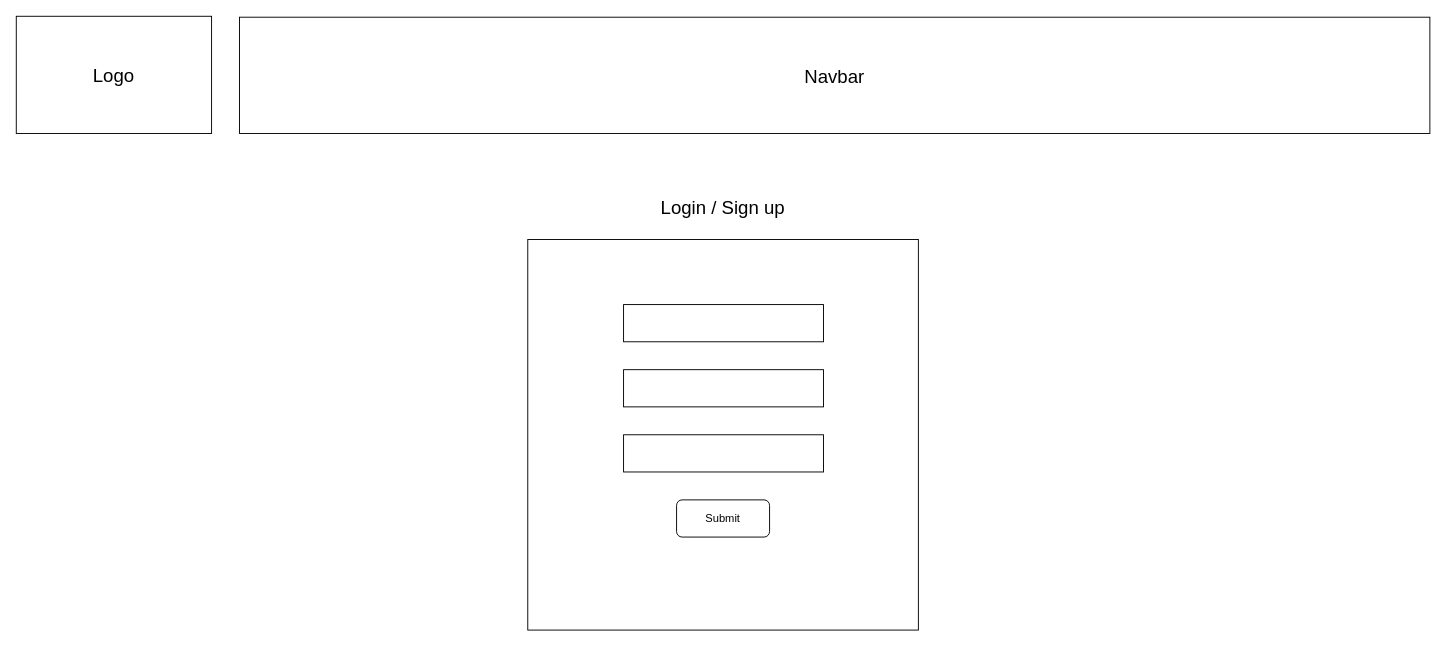
This is page "Login(Desktop)" (3 of 19) of wireframe/Group_5_Wireframe.drawio from timven2004/letsHike, a draw.io file, before an edit. Source tidied: cells renumbered, new cells numbered last; positions are measured from the earlier drawing's top-left corner, leaving out a move shared by most shapes. Both pictures are drawn from the tidied source at 93%, with x=0, y=0 at pixel (16, 16).
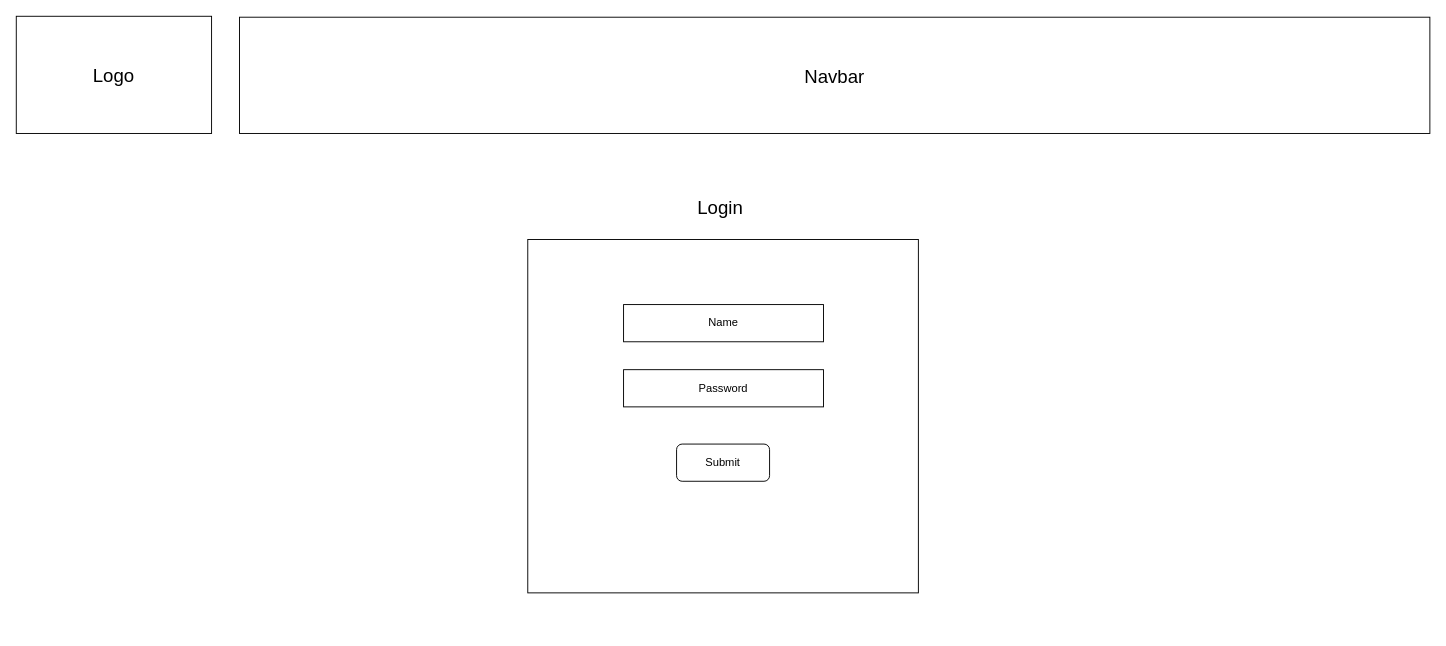
After the change.

Diff of the diagram source:
```diff
@@
 <mxGraphModel>
   <root>
     <mxCell id="0" />
     <mxCell id="1" parent="0" />
     <mxCell id="2" value="&lt;font style=&quot;font-size: 20px&quot;&gt;Logo&lt;/font&gt;" style="rounded=0;whiteSpace=wrap;html=1;" parent="1" vertex="1">
       <mxGeometry width="210" height="126" as="geometry" />
     </mxCell>
     <mxCell id="3" value="&lt;font style=&quot;font-size: 20px&quot;&gt;Navbar&lt;/font&gt;" style="rounded=0;whiteSpace=wrap;html=1;" parent="1" vertex="1">
       <mxGeometry x="240" y="1" width="1280" height="125" as="geometry" />
     </mxCell>
     <mxCell id="4" style="rounded=0;whiteSpace=wrap;html=1;" parent="1" vertex="1">
-      <mxGeometry x="550" y="240" width="420" height="420" as="geometry" />
+      <mxGeometry x="550" y="240" width="420" height="380" as="geometry" />
     </mxCell>
-    <mxCell id="5" style="rounded=0;whiteSpace=wrap;html=1;" parent="1" vertex="1">
+    <mxCell id="5" value="Name" style="rounded=0;whiteSpace=wrap;html=1;" parent="1" vertex="1">
       <mxGeometry x="653" y="310" width="215" height="40" as="geometry" />
     </mxCell>
-    <mxCell id="6" value="&lt;font style=&quot;font-size: 20px&quot;&gt;Login / Sign up&lt;/font&gt;" style="text;html=1;strokeColor=none;fillColor=none;align=center;verticalAlign=middle;whiteSpace=wrap;rounded=0;" parent="1" vertex="1">
+    <mxCell id="6" value="&lt;font style=&quot;font-size: 20px&quot;&gt;Login&amp;nbsp;&lt;/font&gt;" style="text;html=1;strokeColor=none;fillColor=none;align=center;verticalAlign=middle;whiteSpace=wrap;rounded=0;" parent="1" vertex="1">
       <mxGeometry x="665" y="160" width="190" height="90" as="geometry" />
     </mxCell>
-    <mxCell id="7" style="rounded=0;whiteSpace=wrap;html=1;" parent="1" vertex="1">
+    <mxCell id="7" value="Password" style="rounded=0;whiteSpace=wrap;html=1;" parent="1" vertex="1">
       <mxGeometry x="653" y="380" width="215" height="40" as="geometry" />
     </mxCell>
-    <mxCell id="8" style="rounded=0;whiteSpace=wrap;html=1;" parent="1" vertex="1">
-      <mxGeometry x="653" y="450" width="215" height="40" as="geometry" />
-    </mxCell>
     <mxCell id="9" value="Submit" style="rounded=1;whiteSpace=wrap;html=1;strokeWidth=1;" parent="1" vertex="1">
-      <mxGeometry x="710" y="520" width="100" height="40" as="geometry" />
+      <mxGeometry x="710" y="460" width="100" height="40" as="geometry" />
     </mxCell>
   </root>
 </mxGraphModel>
```
